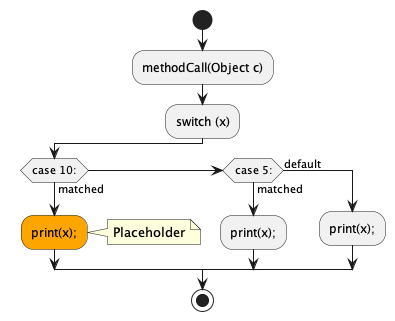
This is src/test/java/visualization/outputs/SwitchStatement.png from chunga7879/ProgramAnalysis, a PlantUML export, as it was before one commit.
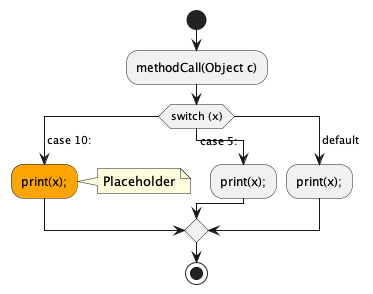
Later version of the same file.

Commit message:
Updated switch to use plantUMLs version.

The edit, as a diff of the source:
```diff
@@ -1,14 +1,14 @@
 @startuml
 start
 :methodCall(Object c);
-:switch (x);
-if (case 10:) then (matched)
+switch (switch (x))
+case ( case 10: )
 #Orange:print(x);;
 note right:Placeholder
-elseif (case 5:) then (matched)
+case ( case 5: )
 :print(x);;
-else (default)
+case ( default )
 :print(x);;
-endif
+endswitch
 stop
 @enduml
```
